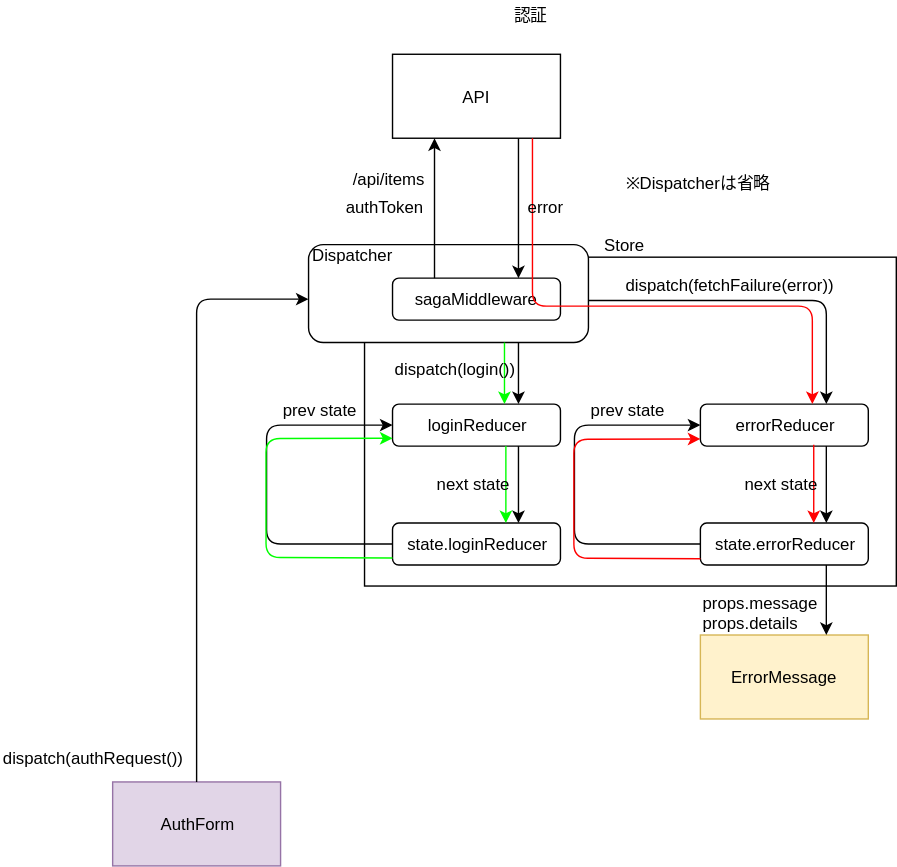
The draw.io diagram diagram/dataFlow/auth.svg in emgniddikur/react-app, before a commit. Source tidied: cells renumbered, new cells last; positions are measured from the earlier drawing's top-left corner, leaving out a move shared by most shapes.
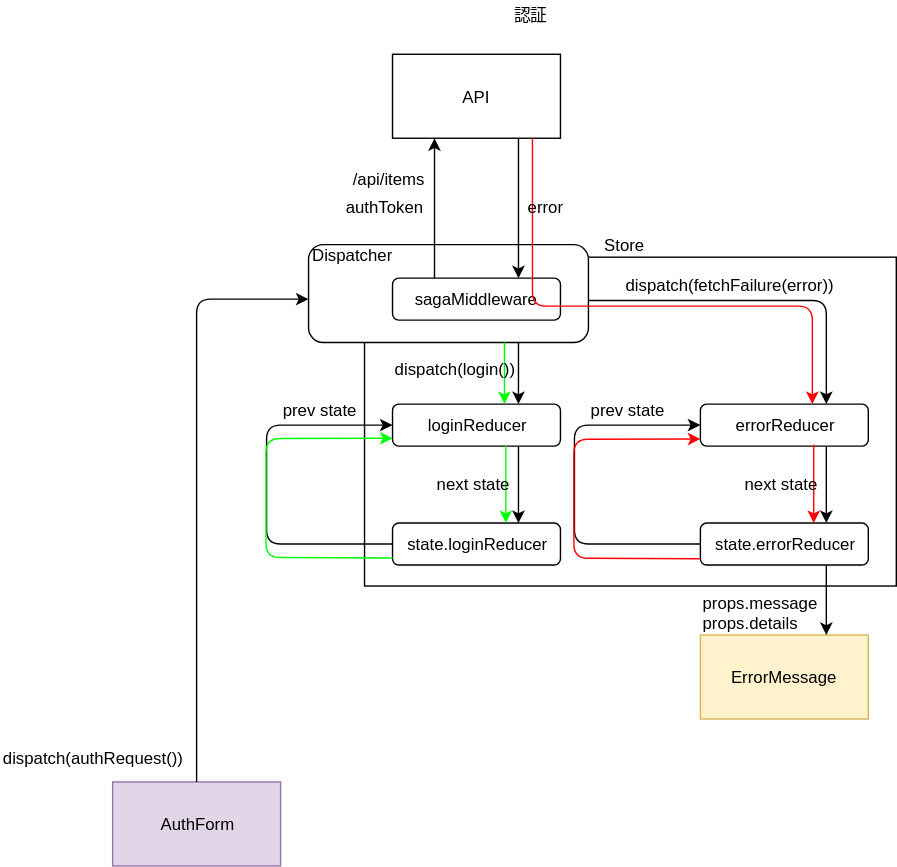
After the change.

Change to the diagram source:
```diff
@@ -167,9 +167,6 @@
         </Array>
       </mxGeometry>
     </mxCell>
-    <mxCell id="39" value="※Dispatcherは省略" style="text;html=1;align=left;verticalAlign=top;spacingTop=-4;" parent="1" vertex="1">
-      <mxGeometry x="445" y="120.5" width="120" height="20" as="geometry" />
-    </mxCell>
     <mxCell id="40" value="認証" style="text;html=1;align=left;verticalAlign=top;spacingTop=-4;" parent="1" vertex="1">
       <mxGeometry x="365" y="0.5" width="40" height="20" as="geometry" />
     </mxCell>
```
